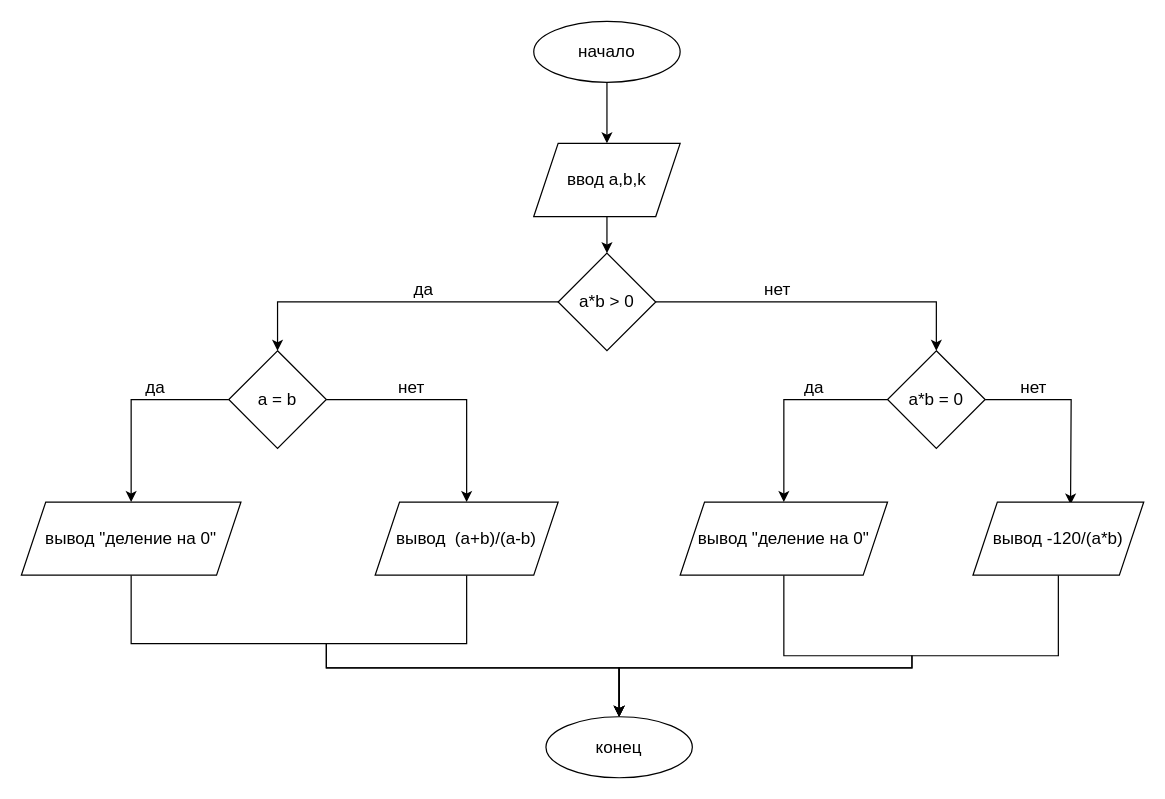
Above: МЗЯ отчеты/лр3/asm_count.drawio in Trickster2038/BmstuLabs4 (draw.io), before the change. Source tidied: cells renumbered, new cells numbered last; positions are measured from the earlier drawing's top-left corner, leaving out a move shared by most shapes. Both pictures are drawn from the tidied source at 122%, with x=0, y=0 at pixel (21, 21).
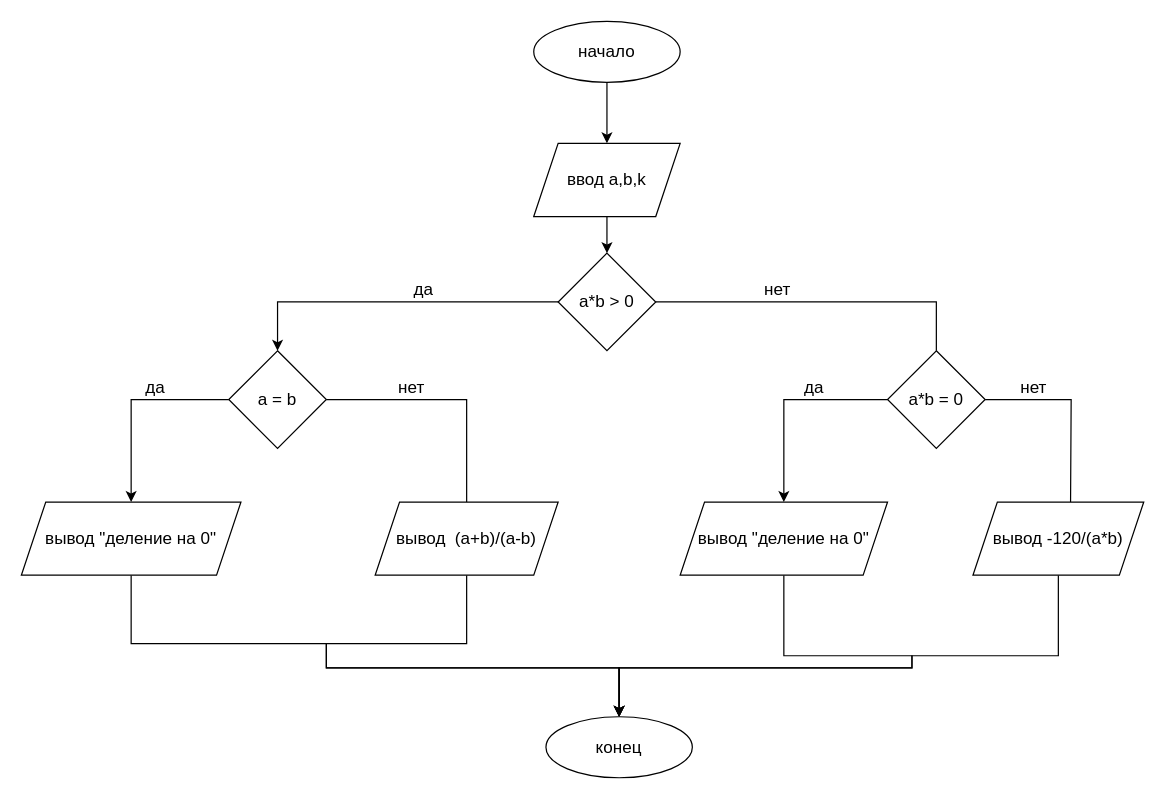
The same diagram, later.

Unchanged cells that the change refers to:
```xml
<mxCell id="6" value="a*b &amp;gt; 0" style="rhombus;whiteSpace=wrap;html=1;fontSize=14;" parent="1" vertex="1">
  <mxGeometry x="440" y="190" width="80" height="80" as="geometry" />
</mxCell>
<mxCell id="9" value="a = b" style="rhombus;whiteSpace=wrap;html=1;fontSize=14;" parent="1" vertex="1">
  <mxGeometry x="170" y="270" width="80" height="80" as="geometry" />
</mxCell>
<mxCell id="12" value="a*b = 0" style="rhombus;whiteSpace=wrap;html=1;fontSize=14;" parent="1" vertex="1">
  <mxGeometry x="710" y="270" width="80" height="80" as="geometry" />
</mxCell>
<mxCell id="18" value="вывод&amp;nbsp; (a+b)/(a-b)" style="shape=parallelogram;perimeter=parallelogramPerimeter;whiteSpace=wrap;html=1;fixedSize=1;fontSize=14;" parent="1" vertex="1">
  <mxGeometry x="290" y="394" width="150" height="60" as="geometry" />
</mxCell>
```

Diff of the diagram source:
```diff
@@
-    <mxCell id="4" style="edgeStyle=orthogonalEdgeStyle;rounded=0;jettySize=auto;html=1;exitX=1;exitY=0.5;exitDx=0;exitDy=0;entryX=0.5;entryY=0;entryDx=0;entryDy=0;fontSize=14;" parent="1" edge="1" source="6" target="12">
+    <mxCell id="4" style="edgeStyle=orthogonalEdgeStyle;rounded=0;jettySize=auto;html=1;exitX=1;exitY=0.5;exitDx=0;exitDy=0;entryX=0.5;entryY=0;entryDx=0;entryDy=0;fontSize=14;endArrow=none;endFill=0;" parent="1" edge="1" source="6" target="12">
       <mxGeometry relative="1" as="geometry" />
     </mxCell>
@@
-    <mxCell id="8" style="edgeStyle=orthogonalEdgeStyle;rounded=0;jettySize=auto;html=1;exitX=1;exitY=0.5;exitDx=0;exitDy=0;entryX=0.5;entryY=0;entryDx=0;entryDy=0;fontSize=14;" parent="1" edge="1" source="9" target="18">
+    <mxCell id="8" style="edgeStyle=orthogonalEdgeStyle;rounded=0;jettySize=auto;html=1;exitX=1;exitY=0.5;exitDx=0;exitDy=0;entryX=0.5;entryY=0;entryDx=0;entryDy=0;fontSize=14;endArrow=none;endFill=0;" parent="1" edge="1" source="9" target="18">
       <mxGeometry relative="1" as="geometry" />
     </mxCell>
@@
-    <mxCell id="11" style="edgeStyle=orthogonalEdgeStyle;rounded=0;jettySize=auto;html=1;exitX=1;exitY=0.5;exitDx=0;exitDy=0;fontSize=14;" parent="1" edge="1" source="12">
+    <mxCell id="11" style="edgeStyle=orthogonalEdgeStyle;rounded=0;jettySize=auto;html=1;exitX=1;exitY=0.5;exitDx=0;exitDy=0;fontSize=14;endArrow=none;endFill=0;" parent="1" edge="1" source="12">
       <mxGeometry relative="1" as="geometry">
         <mxPoint x="860" y="396" as="targetPoint" />
       </mxGeometry>
     </mxCell>
```
